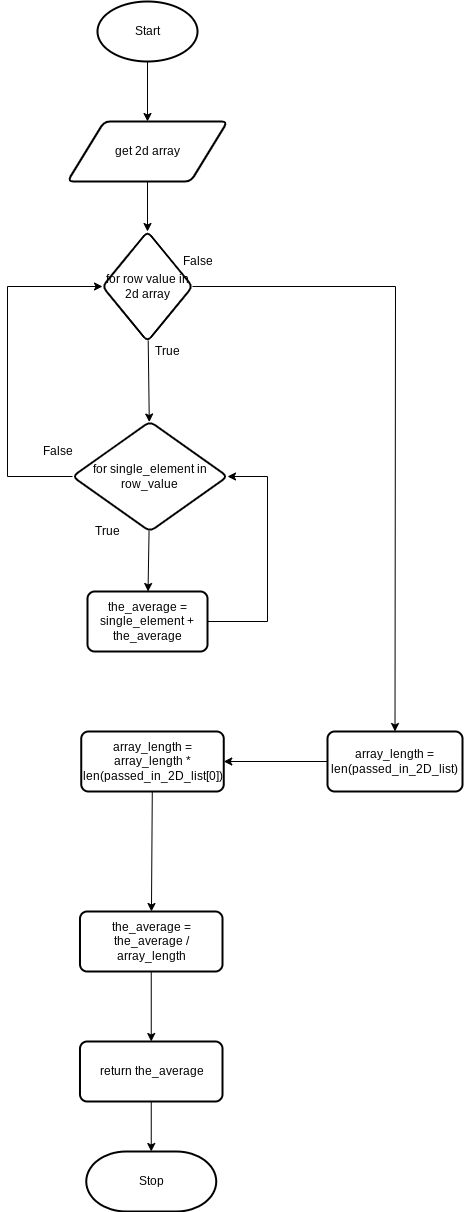
The draw.io diagram flowchart.png in Ethan-Prieur1/ICS3U-Unit6-04-Python, before a commit. Source tidied: cells renumbered, new cells last; positions are measured from the earlier drawing's top-left corner, leaving out a move shared by most shapes.
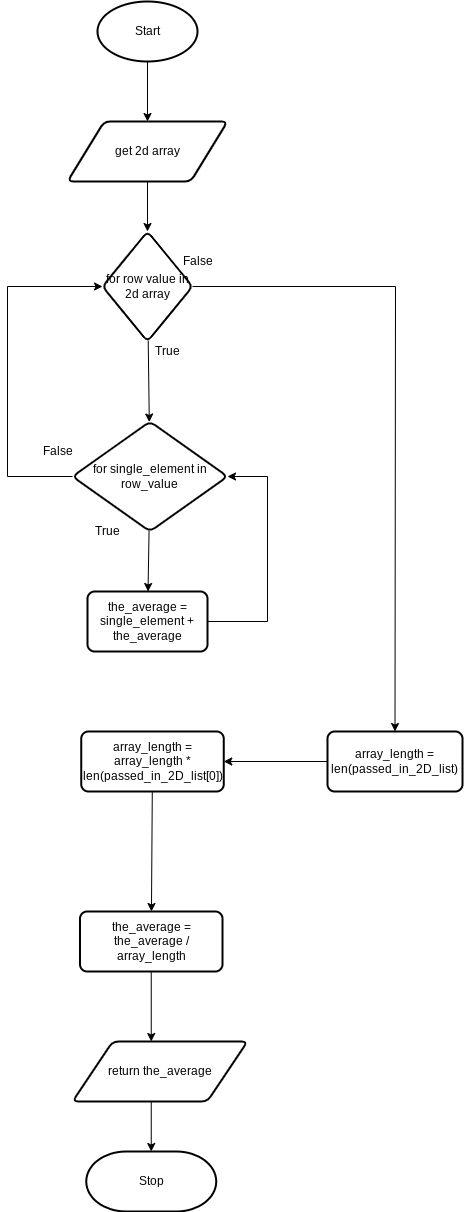
Later version of the same file.

Diff of the diagram source:
```diff
@@ -76,20 +76,24 @@
     <mxCell id="21" value="array_length = array_length * len(passed_in_2D_list[0])" style="whiteSpace=wrap;html=1;strokeWidth=2;rounded=1;arcSize=12;" parent="1" vertex="1">
       <mxGeometry x="73.8" y="730" width="142.5" height="60" as="geometry" />
     </mxCell>
-    <mxCell id="22" style="edgeStyle=none;rounded=0;html=1;" parent="1" edge="1" source="23" target="25">
-      <mxGeometry relative="1" as="geometry" />
+    <mxCell id="22" style="edgeStyle=none;rounded=0;html=1;" parent="1" edge="1" source="23">
+      <mxGeometry relative="1" as="geometry">
+        <mxPoint x="143.8" y="1040" as="targetPoint" />
+      </mxGeometry>
     </mxCell>
     <mxCell id="23" value="the_average = the_average / array_length" style="whiteSpace=wrap;html=1;strokeWidth=2;rounded=1;arcSize=12;" parent="1" vertex="1">
       <mxGeometry x="72.5" y="910" width="142.5" height="60" as="geometry" />
     </mxCell>
-    <mxCell id="24" style="edgeStyle=none;rounded=0;html=1;" parent="1" edge="1" source="25" target="6">
-      <mxGeometry relative="1" as="geometry" />
+    <mxCell id="24" style="edgeStyle=none;rounded=0;html=1;" parent="1" edge="1" target="6">
+      <mxGeometry relative="1" as="geometry">
+        <mxPoint x="143.8" y="1100" as="sourcePoint" />
+      </mxGeometry>
     </mxCell>
+    <mxCell id="26" value="False" style="text;html=1;align=center;verticalAlign=middle;strokeColor=none;fillColor=none;" parent="1" vertex="1">
+      <mxGeometry x="165" y="250" width="50" height="20" as="geometry" />
+    </mxCell>
-    <mxCell id="25" value="return the_average" style="whiteSpace=wrap;html=1;strokeWidth=2;rounded=1;arcSize=12;" parent="1" vertex="1">
-      <mxGeometry x="72.5" y="1040" width="142.5" height="60" as="geometry" />
+    <mxCell id="25" value="return the_average" style="shape=parallelogram;html=1;strokeWidth=2;perimeter=parallelogramPerimeter;whiteSpace=wrap;rounded=1;arcSize=12;size=0.23;" parent="1" vertex="1">
+      <mxGeometry x="65" y="1040" width="175" height="60" as="geometry" />
     </mxCell>
-    <mxCell id="26" value="False" style="text;html=1;align=center;verticalAlign=middle;strokeColor=none;fillColor=none;" parent="1" vertex="1">
-      <mxGeometry x="165" y="250" width="50" height="20" as="geometry" />
-    </mxCell>
   </root>
 </mxGraphModel>
```
